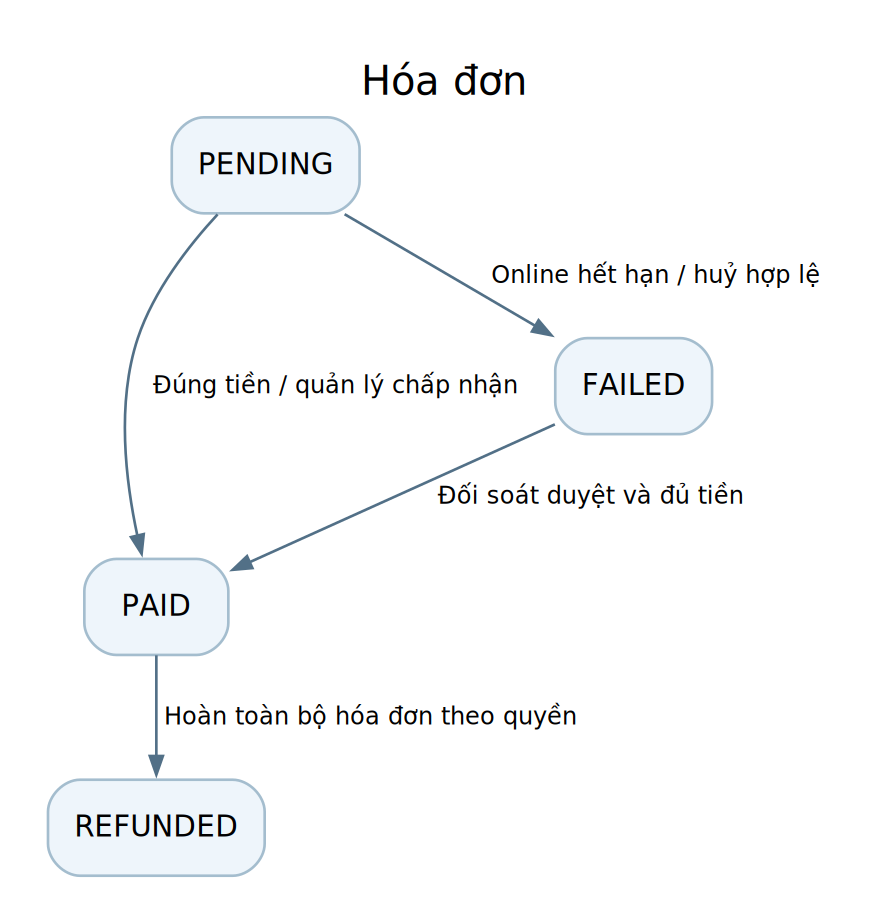
This is outputs/bao-cao-cuoi-ky/so-do/state-01-invoice.png from NhomHello/Sports-Center-Management-System, a Graphviz export, as it was before one commit. Its source is kept beside it as outputs/bao-cao-cuoi-ky/so-do/state-01-invoice.dot.
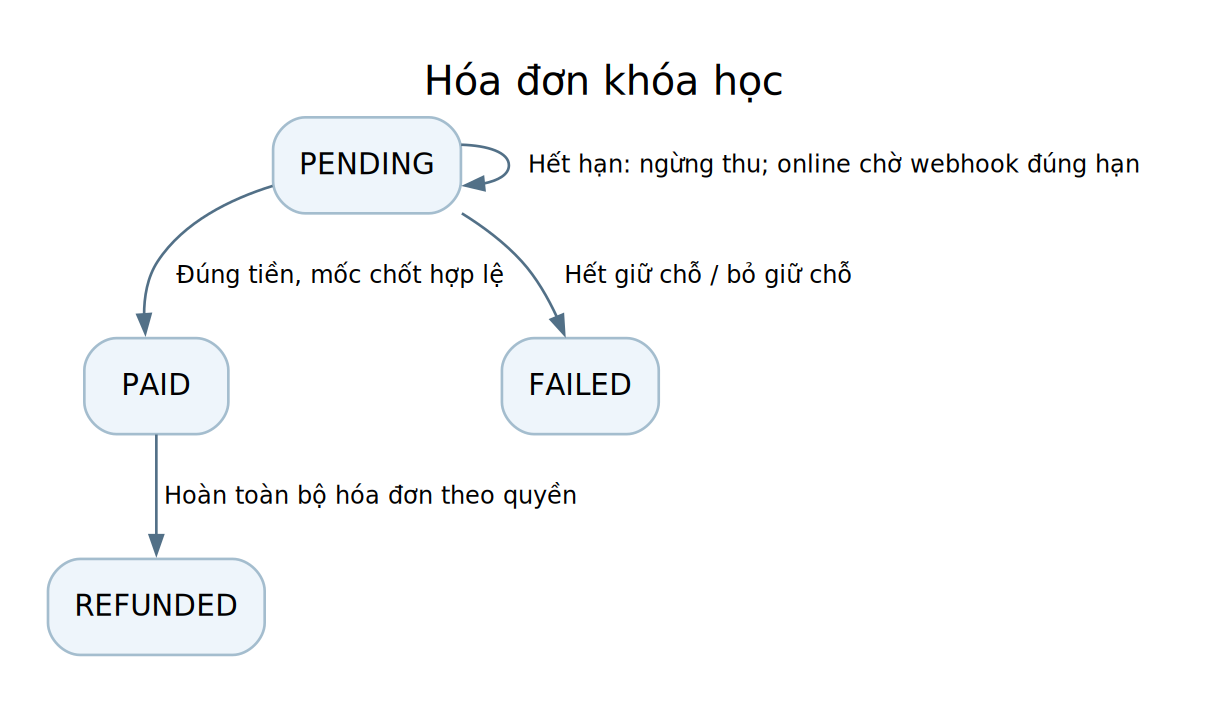
The same diagram one commit later.

The edit, as a diff of the source:
```diff
@@ -2,13 +2,13 @@
 graph [rankdir=TB, bgcolor="white", pad="0.25", nodesep="0.25", ranksep="0.5", fontname="DejaVu Sans", fontsize=15];
 node [shape=box, style="rounded,filled", fillcolor="#eef5fb", color="#a4bdce", fontname="DejaVu Sans", fontsize=11, margin="0.14,0.1"];
 edge [fontname="DejaVu Sans", fontsize=9, color="#527087", arrowsize=0.7];
-label="Hóa đơn"; labelloc=t;
+label="Hóa đơn khóa học"; labelloc=t;
 PENDING [label="PENDING"];
 PAID [label="PAID"];
 FAILED [label="FAILED"];
 REFUNDED [label="REFUNDED"];
-PENDING -> PAID [label="Đúng tiền / quản lý chấp nhận"];
-PENDING -> FAILED [label="Online hết hạn / huỷ hợp lệ"];
-FAILED -> PAID [label="Đối soát duyệt và đủ tiền"];
+PENDING -> PENDING [label="Hết hạn: ngừng thu; online chờ webhook đúng hạn"];
+PENDING -> PAID [label="Đúng tiền, mốc chốt hợp lệ"];
+PENDING -> FAILED [label="Hết giữ chỗ / bỏ giữ chỗ"];
 PAID -> REFUNDED [label="Hoàn toàn bộ hóa đơn theo quyền"];
 }
```
